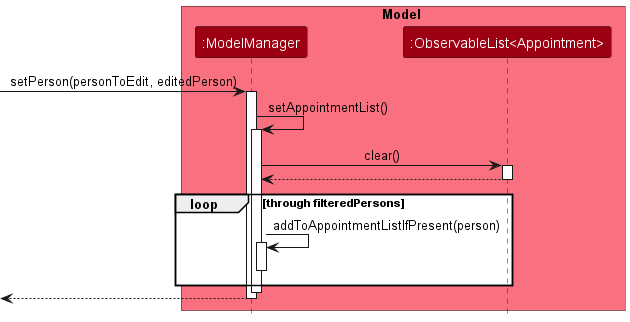
Before: docs/images/AppointmentListSequenceDiagram.png, a diagram exported from PlantUML (nus-cs2103-AY2324S1/tp).
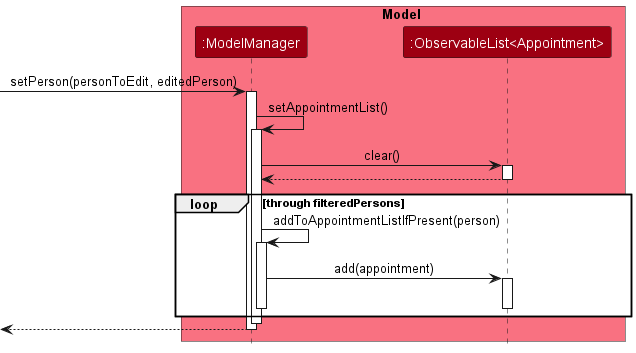
The same file after the commit.

Diff of the diagram source:
```diff
@@ -21,7 +21,9 @@
 loop through filteredPersons
     ModelManager -> ModelManager: addToAppointmentListIfPresent(person)
     activate ModelManager
-
+    ModelManager -> observableAppointments: add(appointment)
+    activate observableAppointments
+    deactivate observableAppointments
     deactivate ModelManager
 end loop
 
```
